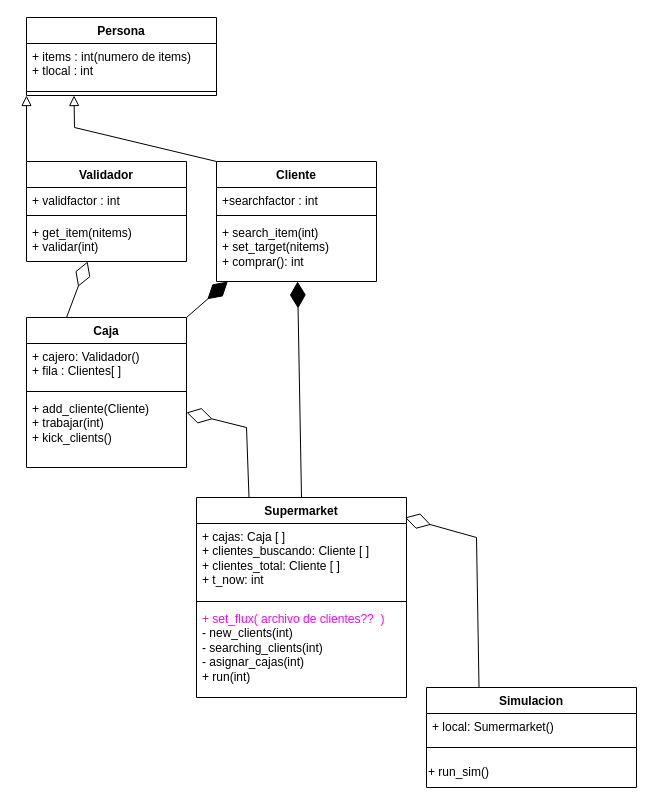
Above: python/ejemplos/market.drawio in patito-mary/a-inf2023 (draw.io), before the change. Source tidied: cells renumbered, new cells numbered last; positions are measured from the earlier drawing's top-left corner, leaving out a move shared by most shapes. Both pictures are drawn from the tidied source at 100%, with x=0, y=0 at pixel (26, 17).
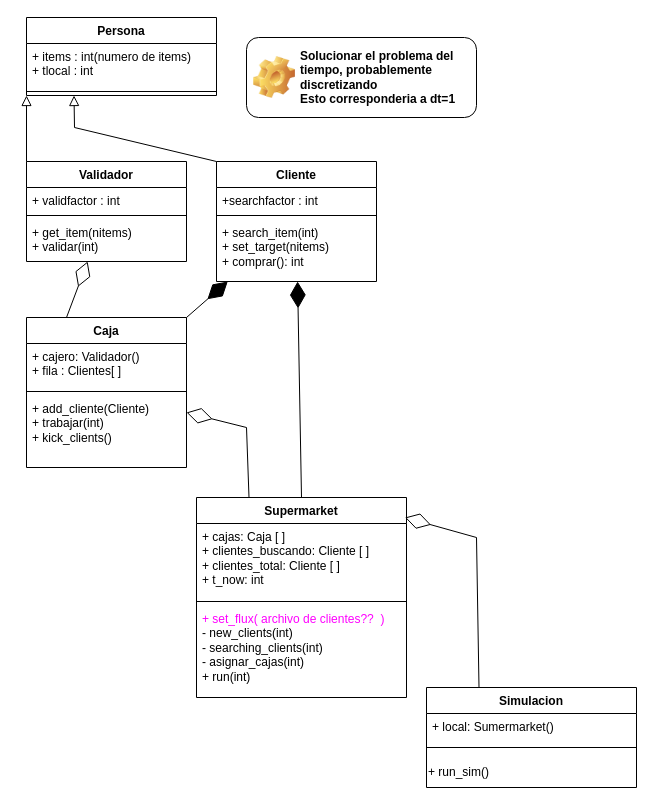
Above is the later version.

Diff of the diagram source:
```diff
@@
+    <mxCell id="34" value="Solucionar el problema del tiempo, probablemente discretizando&lt;br&gt;Esto corresponderia a dt=1" style="label;whiteSpace=wrap;html=1;image=img/clipart/Gear_128x128.png;" parent="1" vertex="1">
+      <mxGeometry x="220" y="20" width="230" height="80" as="geometry" />
+    </mxCell>
```
